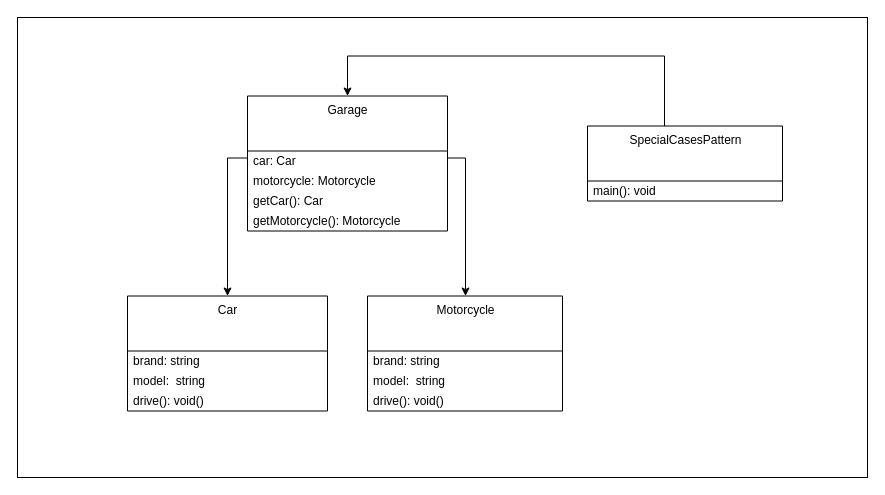
Above: page "SpecialCasePattern-1" (1 of 4) of images/clean-code-error-handling/Error-handling.drawio in GabrielSlima/blog (draw.io), before the change. Source tidied: cells renumbered, new cells numbered last; positions are measured from the earlier drawing's top-left corner, leaving out a move shared by most shapes. Both pictures are drawn from the tidied source at 100%, with x=0, y=0 at pixel (17, 17).
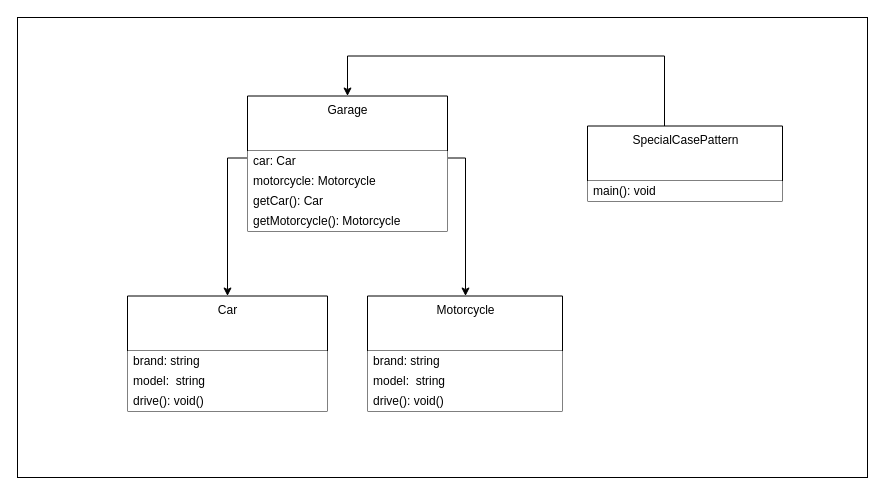
Above is the later version.

The change refers to these unchanged cells:
```xml
<mxCell id="5" value="Garage" style="swimlane;fontStyle=0;align=center;verticalAlign=top;horizontal=1;startSize=55;html=1;" parent="1" vertex="1">
  <mxGeometry x="230" y="78.5" width="200" height="135" as="geometry" />
</mxCell>
<mxCell id="10" value="Motorcycle" style="swimlane;fontStyle=0;align=center;verticalAlign=top;horizontal=1;startSize=55;html=1;" parent="1" vertex="1">
  <mxGeometry x="350" y="278.5" width="195" height="115" as="geometry" />
</mxCell>
<mxCell id="14" value="Car" style="swimlane;fontStyle=0;align=center;verticalAlign=top;horizontal=1;startSize=55;html=1;" parent="1" vertex="1">
  <mxGeometry x="110" y="278.5" width="200" height="115" as="geometry" />
</mxCell>
```

The edit, as a diff of the source:
```diff
@@
-    <mxCell id="6" value="&lt;div&gt;car: Car&lt;/div&gt;" style="text;html=1;strokeColor=none;fillColor=none;align=left;verticalAlign=middle;spacingLeft=4;spacingRight=4;overflow=hidden;" parent="5" vertex="1">
+    <mxCell id="6" value="&lt;div&gt;car: Car&lt;/div&gt;" style="text;html=1;strokeColor=none;align=left;verticalAlign=middle;spacingLeft=4;spacingRight=4;overflow=hidden;fillColor=#ffffff;" parent="5" vertex="1">
       <mxGeometry y="55" width="200" height="20" as="geometry" />
     </mxCell>
-    <mxCell id="7" value="&lt;div&gt;motorcycle: Motorcycle&lt;/div&gt;" style="text;html=1;strokeColor=none;fillColor=none;align=left;verticalAlign=middle;spacingLeft=4;spacingRight=4;overflow=hidden;" parent="5" vertex="1">
+    <mxCell id="7" value="&lt;div&gt;motorcycle: Motorcycle&lt;/div&gt;" style="text;html=1;strokeColor=none;align=left;verticalAlign=middle;spacingLeft=4;spacingRight=4;overflow=hidden;fillColor=#ffffff;" parent="5" vertex="1">
       <mxGeometry y="75" width="200" height="20" as="geometry" />
     </mxCell>
-    <mxCell id="8" value="&lt;div&gt;getCar(): Car&lt;/div&gt;" style="text;html=1;strokeColor=none;fillColor=none;align=left;verticalAlign=middle;spacingLeft=4;spacingRight=4;overflow=hidden;" parent="5" vertex="1">
+    <mxCell id="8" value="&lt;div&gt;getCar(): Car&lt;/div&gt;" style="text;html=1;strokeColor=none;align=left;verticalAlign=middle;spacingLeft=4;spacingRight=4;overflow=hidden;fillColor=#ffffff;" parent="5" vertex="1">
       <mxGeometry y="95" width="200" height="20" as="geometry" />
     </mxCell>
-    <mxCell id="9" value="&lt;div&gt;getMotorcycle(): Motorcycle&lt;/div&gt;" style="text;html=1;strokeColor=none;fillColor=none;align=left;verticalAlign=middle;spacingLeft=4;spacingRight=4;overflow=hidden;" parent="5" vertex="1">
+    <mxCell id="9" value="&lt;div&gt;getMotorcycle(): Motorcycle&lt;/div&gt;" style="text;html=1;strokeColor=none;align=left;verticalAlign=middle;spacingLeft=4;spacingRight=4;overflow=hidden;fillColor=#ffffff;" parent="5" vertex="1">
       <mxGeometry y="115" width="200" height="20" as="geometry" />
     </mxCell>
@@
-    <mxCell id="11" value="brand: string" style="text;html=1;strokeColor=none;fillColor=none;align=left;verticalAlign=middle;spacingLeft=4;spacingRight=4;overflow=hidden;" parent="10" vertex="1">
+    <mxCell id="11" value="brand: string" style="text;html=1;strokeColor=none;align=left;verticalAlign=middle;spacingLeft=4;spacingRight=4;overflow=hidden;fillColor=#ffffff;" parent="10" vertex="1">
       <mxGeometry y="55" width="195" height="20" as="geometry" />
     </mxCell>
-    <mxCell id="12" value="&lt;div&gt;model:&amp;nbsp; string&lt;/div&gt;" style="text;html=1;strokeColor=none;fillColor=none;align=left;verticalAlign=middle;spacingLeft=4;spacingRight=4;overflow=hidden;" parent="10" vertex="1">
+    <mxCell id="12" value="&lt;div&gt;model:&amp;nbsp; string&lt;/div&gt;" style="text;html=1;strokeColor=none;align=left;verticalAlign=middle;spacingLeft=4;spacingRight=4;overflow=hidden;fillColor=#ffffff;" parent="10" vertex="1">
       <mxGeometry y="75" width="195" height="20" as="geometry" />
     </mxCell>
-    <mxCell id="13" value="&lt;div&gt;drive(): void()&lt;/div&gt;" style="text;html=1;strokeColor=none;fillColor=none;align=left;verticalAlign=middle;spacingLeft=4;spacingRight=4;overflow=hidden;" parent="10" vertex="1">
+    <mxCell id="13" value="&lt;div&gt;drive(): void()&lt;/div&gt;" style="text;html=1;strokeColor=none;align=left;verticalAlign=middle;spacingLeft=4;spacingRight=4;overflow=hidden;fillColor=#ffffff;" parent="10" vertex="1">
       <mxGeometry y="95" width="195" height="20" as="geometry" />
     </mxCell>
@@
-    <mxCell id="15" value="brand: string" style="text;html=1;strokeColor=none;fillColor=none;align=left;verticalAlign=middle;spacingLeft=4;spacingRight=4;overflow=hidden;" parent="14" vertex="1">
+    <mxCell id="15" value="brand: string" style="text;html=1;strokeColor=none;align=left;verticalAlign=middle;spacingLeft=4;spacingRight=4;overflow=hidden;fillColor=#ffffff;" parent="14" vertex="1">
       <mxGeometry y="55" width="200" height="20" as="geometry" />
     </mxCell>
-    <mxCell id="16" value="&lt;div&gt;model:&amp;nbsp; string&lt;/div&gt;" style="text;html=1;strokeColor=none;fillColor=none;align=left;verticalAlign=middle;spacingLeft=4;spacingRight=4;overflow=hidden;" parent="14" vertex="1">
+    <mxCell id="16" value="&lt;div&gt;model:&amp;nbsp; string&lt;/div&gt;" style="text;html=1;strokeColor=none;align=left;verticalAlign=middle;spacingLeft=4;spacingRight=4;overflow=hidden;fillColor=#ffffff;" parent="14" vertex="1">
       <mxGeometry y="75" width="200" height="20" as="geometry" />
     </mxCell>
-    <mxCell id="17" value="&lt;div&gt;drive(): void()&lt;/div&gt;" style="text;html=1;strokeColor=none;fillColor=none;align=left;verticalAlign=middle;spacingLeft=4;spacingRight=4;overflow=hidden;" parent="14" vertex="1">
+    <mxCell id="17" value="&lt;div&gt;drive(): void()&lt;/div&gt;" style="text;html=1;strokeColor=none;align=left;verticalAlign=middle;spacingLeft=4;spacingRight=4;overflow=hidden;fillColor=#ffffff;" parent="14" vertex="1">
       <mxGeometry y="95" width="200" height="20" as="geometry" />
     </mxCell>
@@
-    <mxCell id="19" value="SpecialCasesPattern" style="swimlane;fontStyle=0;align=center;verticalAlign=top;horizontal=1;startSize=55;html=1;" parent="1" vertex="1">
+    <mxCell id="19" value="SpecialCasePattern" style="swimlane;fontStyle=0;align=center;verticalAlign=top;horizontal=1;startSize=55;html=1;" parent="1" vertex="1">
       <mxGeometry x="570" y="108.5" width="195" height="75" as="geometry" />
     </mxCell>
-    <mxCell id="20" value="&lt;div&gt;main(): void&lt;/div&gt;" style="text;html=1;strokeColor=none;fillColor=none;align=left;verticalAlign=middle;spacingLeft=4;spacingRight=4;overflow=hidden;" parent="19" vertex="1">
+    <mxCell id="20" value="&lt;div&gt;main(): void&lt;/div&gt;" style="text;html=1;strokeColor=none;align=left;verticalAlign=middle;spacingLeft=4;spacingRight=4;overflow=hidden;fillColor=#ffffff;" parent="19" vertex="1">
       <mxGeometry y="55" width="195" height="20" as="geometry" />
     </mxCell>
```
